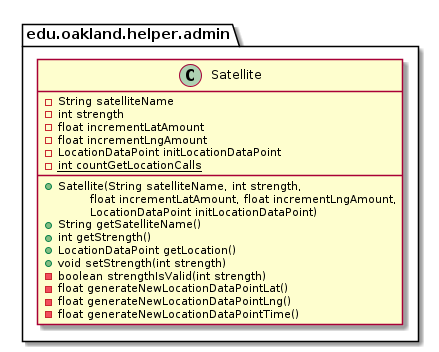
Earlier version of the PlantUML export docs/uml-class-diagrams/admin/helper/Satellite/Satellite.png (elilley15/csi-3370-software-project).
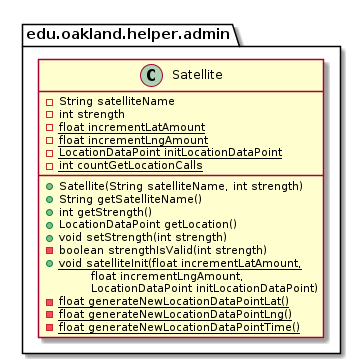
After the change.

Diff of the diagram source:
```diff
@@ -4,22 +4,23 @@
     class Satellite {
         - String satelliteName
         - int strength
-        - float incrementLatAmount
-        - float incrementLngAmount
-        - LocationDataPoint initLocationDataPoint
+        {static} - float incrementLatAmount
+        {static} - float incrementLngAmount
+        {static} - LocationDataPoint initLocationDataPoint
         {static} - int countGetLocationCalls
         __
-        + Satellite(String satelliteName, int strength,
-        \tfloat incrementLatAmount, float incrementLngAmount,
-        \tLocationDataPoint initLocationDataPoint)
+        + Satellite(String satelliteName, int strength)
         + String getSatelliteName()
         + int getStrength()
         + LocationDataPoint getLocation()
         + void setStrength(int strength)
         - boolean strengthIsValid(int strength)
-        - float generateNewLocationDataPointLat()
-        - float generateNewLocationDataPointLng()
-        - float generateNewLocationDataPointTime()
+        {static} + void satelliteInit(float incrementLatAmount,
+        \tfloat incrementLngAmount,
+        \tLocationDataPoint initLocationDataPoint)
+        {static} - float generateNewLocationDataPointLat()
+        {static} - float generateNewLocationDataPointLng()
+        {static} - float generateNewLocationDataPointTime()
     }
 }
 
```
